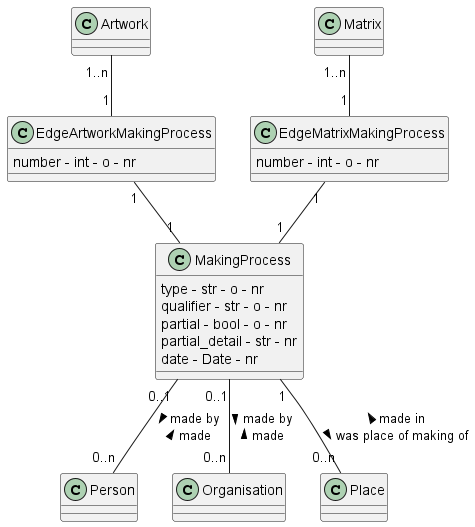
tmasch/bpf_be keeps this PlantUML diagram as documentation/class_diagrams/MakingProcess.png. Above is the earlier version. Its diagram source:
```plantuml
@startuml
class MakingProcess
MakingProcess : type - str - o - nr
MakingProcess : qualifier - str - o - nr
MakingProcess : partial - bool - o - nr
MakingProcess : partial_detail - str - nr
MakingProcess : date - Date - nr

class Person

class Organisation

class Place

class Artwork

class Matrix

class EdgeArtworkMakingProcess
EdgeArtworkMakingProcess : number - int - o - nr

class EdgeMatrixMakingProcess
EdgeMatrixMakingProcess : number - int - o - nr


Matrix "1..n" -- "1" EdgeMatrixMakingProcess
EdgeMatrixMakingProcess "1" -- "1" MakingProcess

Artwork "1..n" -- "1" EdgeArtworkMakingProcess
EdgeArtworkMakingProcess "1" -- "1" MakingProcess

MakingProcess "0..1" -- "0..n" Person : > made by \n  made <

MakingProcess "0..1" -- "0..n" Organisation : > made by \n  made <

MakingProcess "1" -- "0..n" Place  : < made in \n was place of making of >

@enduml
```
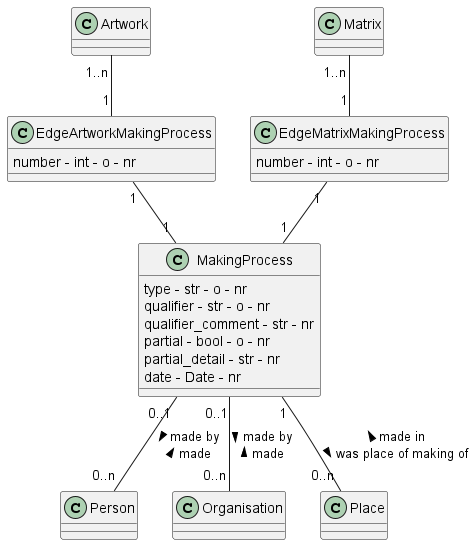
Later version of the same file.

The edit, as a diff of the source:
```diff
@@ -2,6 +2,7 @@
 class MakingProcess
 MakingProcess : type - str - o - nr
 MakingProcess : qualifier - str - o - nr
+MakingProcess : qualifier_comment - str - nr
 MakingProcess : partial - bool - o - nr
 MakingProcess : partial_detail - str - nr
 MakingProcess : date - Date - nr
```
